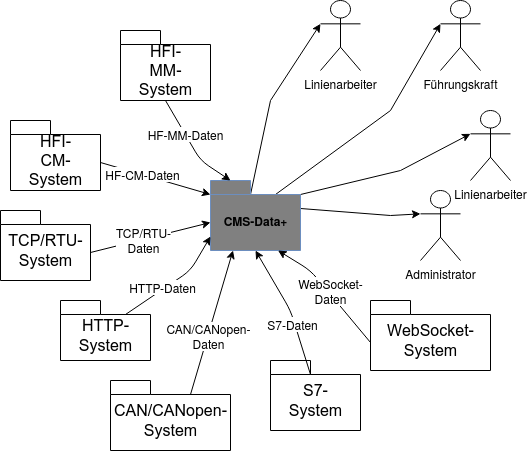
Before: Graphics/fachliche_kontextabgrenzung.png, a diagram exported from draw.io (Boneau2007/Softwarearchitektur). Source tidied: cells renumbered, new cells last; positions are measured from the earlier drawing's top-left corner, leaving out a move shared by most shapes.
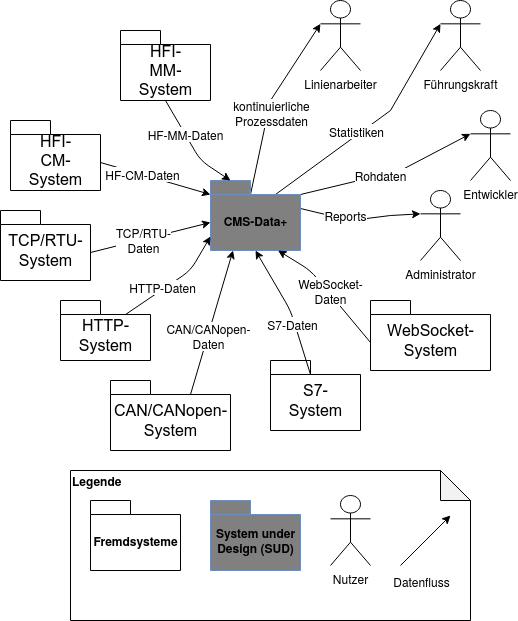
After the commit.

Change to the diagram source:
```diff
@@ -8,10 +8,16 @@
     <mxCell id="3" style="rounded=0;jettySize=auto;html=1;exitX=0;exitY=0;exitDx=90;exitDy=28;exitPerimeter=0;entryX=0;entryY=0.3333333333333333;entryDx=0;entryDy=0;entryPerimeter=0;" parent="1" edge="1" source="7" target="2">
       <mxGeometry relative="1" as="geometry">
         <Array as="points">
+          <mxPoint x="350" y="220" />
           <mxPoint x="390" y="215" />
         </Array>
       </mxGeometry>
     </mxCell>
+    <mxCell id="32" value="Reports" style="text;html=1;align=center;verticalAlign=middle;labelBackgroundColor=#ffffff;" parent="3" vertex="1">
+      <mxGeometry x="-0.37" relative="1" as="geometry">
+        <mxPoint x="7" y="-1.9" as="offset" />
+      </mxGeometry>
+    </mxCell>
     <mxCell id="4" style="edgeStyle=none;rounded=0;jettySize=auto;html=1;exitX=0;exitY=0;exitDx=90;exitDy=14;exitPerimeter=0;entryX=0;entryY=0.3333333333333333;entryDx=0;entryDy=0;entryPerimeter=0;" parent="1" edge="1" source="7" target="29">
       <mxGeometry relative="1" as="geometry">
         <Array as="points">
@@ -19,6 +25,11 @@
         </Array>
       </mxGeometry>
     </mxCell>
+    <mxCell id="33" value="Rohdaten" style="text;html=1;align=center;verticalAlign=middle;labelBackgroundColor=#ffffff;" parent="4" vertex="1">
+      <mxGeometry x="-0.18" y="2" relative="1" as="geometry">
+        <mxPoint x="8.5" as="offset" />
+      </mxGeometry>
+    </mxCell>
     <mxCell id="5" style="edgeStyle=none;rounded=0;jettySize=auto;html=1;exitX=0;exitY=0;exitDx=65;exitDy=14;exitPerimeter=0;entryX=0;entryY=0.3333333333333333;entryDx=0;entryDy=0;entryPerimeter=0;" parent="1" edge="1" source="7" target="30">
       <mxGeometry relative="1" as="geometry">
         <Array as="points">
@@ -26,6 +37,9 @@
         </Array>
       </mxGeometry>
     </mxCell>
+    <mxCell id="34" value="Statistiken " style="text;html=1;align=center;verticalAlign=middle;labelBackgroundColor=#ffffff;" parent="5" vertex="1">
+      <mxGeometry x="-0.16" y="4" relative="1" as="geometry" />
+    </mxCell>
     <mxCell id="6" style="edgeStyle=none;rounded=0;jettySize=auto;html=1;exitX=0;exitY=0;exitDx=40;exitDy=14;exitPerimeter=0;entryX=0;entryY=0.3333333333333333;entryDx=0;entryDy=0;entryPerimeter=0;" parent="1" edge="1" source="7" target="31">
       <mxGeometry relative="1" as="geometry">
         <Array as="points">
@@ -33,6 +47,11 @@
         </Array>
       </mxGeometry>
     </mxCell>
+    <mxCell id="35" value="kontinuierliche &lt;br&gt;Prozessdaten" style="text;html=1;align=center;verticalAlign=middle;labelBackgroundColor=#ffffff;" parent="6" vertex="1">
+      <mxGeometry x="-0.1" y="-2" relative="1" as="geometry">
+        <mxPoint x="1" as="offset" />
+      </mxGeometry>
+    </mxCell>
     <mxCell id="7" value="CMS-Data+" style="shape=folder;fontStyle=1;spacingTop=10;tabWidth=40;tabHeight=14;tabPosition=left;html=1;fillColor=#808080;strokeColor=#6c8ebf;" parent="1" vertex="1">
       <mxGeometry x="210" y="180" width="90" height="70" as="geometry" />
     </mxCell>
@@ -119,7 +138,7 @@
     <mxCell id="28" value="HF-MM-Daten" style="text;html=1;align=center;verticalAlign=middle;labelBackgroundColor=#ffffff;" parent="27" vertex="1">
       <mxGeometry x="-0.27" relative="1" as="geometry" />
     </mxCell>
-    <mxCell id="29" value="Linienarbeiter" style="shape=umlActor;verticalLabelPosition=bottom;labelBackgroundColor=#ffffff;verticalAlign=top;html=1;outlineConnect=0;" parent="1" vertex="1">
+    <mxCell id="29" value="Entwickler" style="shape=umlActor;verticalLabelPosition=bottom;labelBackgroundColor=#ffffff;verticalAlign=top;html=1;outlineConnect=0;" parent="1" vertex="1">
       <mxGeometry x="470" y="110" width="40" height="70" as="geometry" />
     </mxCell>
     <mxCell id="30" value="Führungskraft" style="shape=umlActor;verticalLabelPosition=bottom;labelBackgroundColor=#ffffff;verticalAlign=top;html=1;outlineConnect=0;" parent="1" vertex="1">
@@ -128,5 +147,31 @@
     <mxCell id="31" value="Linienarbeiter" style="shape=umlActor;verticalLabelPosition=bottom;labelBackgroundColor=#ffffff;verticalAlign=top;html=1;outlineConnect=0;" parent="1" vertex="1">
       <mxGeometry x="320" width="40" height="70" as="geometry" />
     </mxCell>
+    <mxCell id="36" style="group;" parent="1" vertex="1">
+      <mxGeometry x="70" y="470" width="400" height="150" as="geometry" />
+    </mxCell>
+    <mxCell id="37" value="&lt;div align=&quot;left&quot;&gt;&lt;b&gt;Legende&lt;br&gt;&lt;/b&gt;&lt;/div&gt;&lt;div align=&quot;left&quot;&gt;&lt;b&gt;&lt;br&gt;&lt;/b&gt;&lt;/div&gt;&lt;div align=&quot;left&quot;&gt;&lt;b&gt;&lt;br&gt;&lt;/b&gt;&lt;/div&gt;&lt;div&gt;&lt;br&gt;&lt;/div&gt;&lt;div&gt;&lt;br&gt;&lt;/div&gt;&lt;div&gt;&lt;br&gt;&lt;/div&gt;&lt;div&gt;&lt;br&gt;&lt;/div&gt;&lt;div&gt;&lt;br&gt;&lt;/div&gt;&lt;div&gt;&lt;br&gt;&lt;/div&gt;&lt;div&gt;&lt;br&gt;&lt;/div&gt;" style="shape=note;whiteSpace=wrap;html=1;backgroundOutline=1;darkOpacity=0.05;align=left;" parent="36" vertex="1">
+      <mxGeometry width="400" height="150" as="geometry" />
+    </mxCell>
+    <mxCell id="38" value="Fremdsysteme" style="shape=folder;fontStyle=1;spacingTop=10;tabWidth=40;tabHeight=14;tabPosition=left;html=1;" parent="36" vertex="1">
+      <mxGeometry x="20" y="30" width="90" height="70" as="geometry" />
+    </mxCell>
+    <mxCell id="39" value="&lt;div&gt;System under&lt;/div&gt;&lt;div&gt; Design (SUD)&lt;br&gt;&lt;/div&gt;" style="shape=folder;fontStyle=1;spacingTop=10;tabWidth=40;tabHeight=14;tabPosition=left;html=1;fillColor=#808080;strokeColor=#6c8ebf;" parent="36" vertex="1">
+      <mxGeometry x="140" y="30" width="90" height="70" as="geometry" />
+    </mxCell>
+    <mxCell id="40" value="Nutzer" style="shape=umlActor;verticalLabelPosition=bottom;labelBackgroundColor=#ffffff;verticalAlign=top;html=1;" parent="36" vertex="1">
+      <mxGeometry x="260" y="25" width="40" height="70" as="geometry" />
+    </mxCell>
+    <mxCell id="41" style="endArrow=classic;html=1;" parent="36" edge="1">
+      <mxGeometry relative="1" as="geometry">
+        <mxPoint x="330" y="95" as="sourcePoint" />
+        <mxPoint x="380" y="45" as="targetPoint" />
+      </mxGeometry>
+    </mxCell>
+    <mxCell id="42" value="Datenfluss" style="text;html=1;align=center;verticalAlign=middle;labelBackgroundColor=#ffffff;" parent="41" vertex="1">
+      <mxGeometry x="0.36" y="-3" relative="1" as="geometry">
+        <mxPoint x="-16.1" y="46.8" as="offset" />
+      </mxGeometry>
+    </mxCell>
   </root>
 </mxGraphModel>
```
